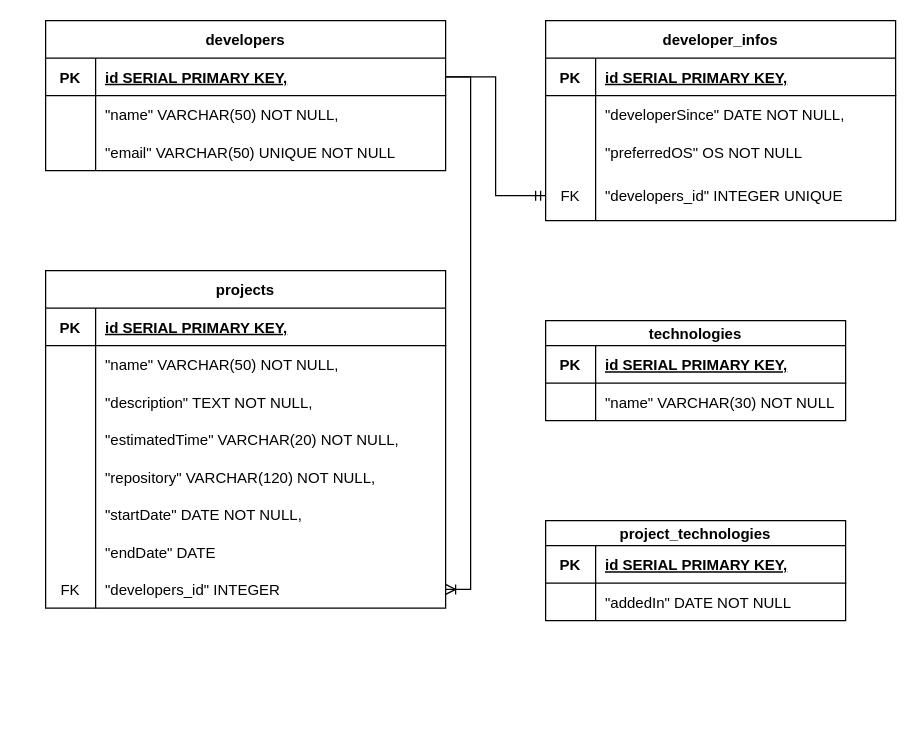
Kenzie-Academy-Brasil-Developers/m4-sp3-projetos_e_desenvolvedores-hugommbrito keeps this draw.io diagram as DER.drawio. Above is the earlier version. Source tidied: cells renumbered, new cells numbered last; positions are measured from the earlier drawing's top-left corner, leaving out a move shared by most shapes. Both pictures are drawn from the tidied source at 125%, with x=0, y=0 at pixel (45, 20).
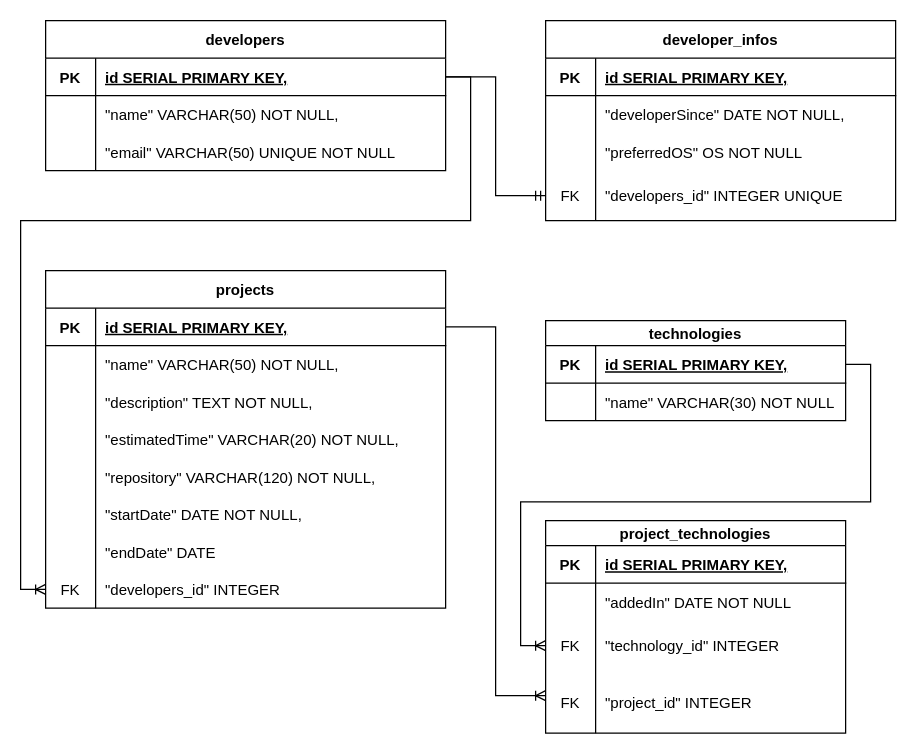
Above is the later version.

The change refers to these unchanged cells:
```xml
<mxCell id="16" style="shape=tableRow;horizontal=0;startSize=0;swimlaneHead=0;swimlaneBody=0;fillColor=none;points=[[0,0.5],[1,0.5]];portConstraint=eastwest;top=0;left=0;right=0;bottom=1;" parent="15" vertex="1">
  <mxGeometry y="30" width="320" height="30" as="geometry" />
</mxCell>
<mxCell id="26" style="shape=tableRow;horizontal=0;startSize=0;swimlaneHead=0;swimlaneBody=0;fillColor=none;points=[[0,0.5],[1,0.5]];portConstraint=eastwest;top=0;left=0;right=0;bottom=1;" parent="25" vertex="1">
  <mxGeometry y="30" width="320" height="30" as="geometry" />
</mxCell>
<mxCell id="47" style="shape=tableRow;horizontal=0;startSize=0;swimlaneHead=0;swimlaneBody=0;fillColor=none;points=[[0,0.5],[1,0.5]];portConstraint=eastwest;top=0;left=0;right=0;bottom=0;" parent="25" vertex="1">
  <mxGeometry y="240" width="320" height="30" as="geometry" />
</mxCell>
<mxCell id="58" style="shape=tableRow;horizontal=0;startSize=0;swimlaneHead=0;swimlaneBody=0;fillColor=none;points=[[0,0.5],[1,0.5]];portConstraint=eastwest;top=0;left=0;right=0;bottom=1;" parent="57" vertex="1">
  <mxGeometry y="20" width="240" height="30" as="geometry" />
</mxCell>
```

Diff of the diagram source:
```diff
@@
     <mxCell id="50" value="project_technologies" style="shape=table;startSize=20;childLayout=tableLayout;rowLines=0;fontStyle=1;align=center;" parent="1" vertex="1">
-      <mxGeometry x="400" y="400" width="240" height="80" as="geometry" />
+      <mxGeometry x="400" y="400" width="240" height="170" as="geometry" />
     </mxCell>
@@
+    <mxCell id="66" style="shape=tableRow;horizontal=0;startSize=0;swimlaneHead=0;swimlaneBody=0;fillColor=none;points=[[0,0.5],[1,0.5]];portConstraint=eastwest;top=0;left=0;right=0;bottom=0;" parent="50" vertex="1">
+      <mxGeometry y="80" width="240" height="40" as="geometry" />
+    </mxCell>
+    <mxCell id="67" value="FK" style="shape=partialRectangle;fillColor=none;top=0;left=0;bottom=0;right=0;overflow=hidden;" parent="66" vertex="1">
+      <mxGeometry width="40" height="40" as="geometry" />
+    </mxCell>
+    <mxCell id="68" value="&quot;technology_id&quot; INTEGER" style="shape=partialRectangle;fillColor=none;top=0;left=0;bottom=0;right=0;align=left;spacingLeft=6;overflow=hidden;" parent="66" vertex="1">
+      <mxGeometry x="40" width="200" height="40" as="geometry" />
+    </mxCell>
+    <mxCell id="69" style="shape=tableRow;horizontal=0;startSize=0;swimlaneHead=0;swimlaneBody=0;fillColor=none;points=[[0,0.5],[1,0.5]];portConstraint=eastwest;top=0;left=0;right=0;bottom=0;" parent="50" vertex="1">
+      <mxGeometry y="120" width="240" height="50" as="geometry" />
+    </mxCell>
+    <mxCell id="70" value="FK" style="shape=partialRectangle;fillColor=none;top=0;left=0;bottom=0;right=0;overflow=hidden;" parent="69" vertex="1">
+      <mxGeometry width="40" height="50" as="geometry" />
+    </mxCell>
+    <mxCell id="71" value="&quot;project_id&quot; INTEGER" style="shape=partialRectangle;fillColor=none;top=0;left=0;bottom=0;right=0;align=left;spacingLeft=6;overflow=hidden;" parent="69" vertex="1">
+      <mxGeometry x="40" width="200" height="50" as="geometry" />
+    </mxCell>
@@
-    <mxCell id="65" style="edgeStyle=orthogonalEdgeStyle;rounded=0;jettySize=auto;html=1;exitX=1;exitY=0.5;exitDx=0;exitDy=0;entryX=1;entryY=0.5;entryDx=0;entryDy=0;endArrow=ERoneToMany;endFill=0;" parent="1" edge="1" source="16" target="47">
-      <mxGeometry relative="1" as="geometry" />
+    <mxCell id="65" style="edgeStyle=orthogonalEdgeStyle;rounded=0;jettySize=auto;html=1;endArrow=ERoneToMany;endFill=0;" parent="1" edge="1" source="16" target="47">
+      <mxGeometry relative="1" as="geometry">
+        <Array as="points">
+          <mxPoint x="340" y="45" />
+          <mxPoint x="340" y="160" />
+          <mxPoint x="-20" y="160" />
+          <mxPoint x="-20" y="455" />
+        </Array>
+      </mxGeometry>
     </mxCell>
+    <mxCell id="72" style="edgeStyle=orthogonalEdgeStyle;rounded=0;jettySize=auto;html=1;exitX=1;exitY=0.5;exitDx=0;exitDy=0;endArrow=ERoneToMany;endFill=0;" parent="1" edge="1" source="26" target="69">
+      <mxGeometry relative="1" as="geometry">
+        <Array as="points">
+          <mxPoint x="360" y="245" />
+          <mxPoint x="360" y="540" />
+        </Array>
+      </mxGeometry>
+    </mxCell>
+    <mxCell id="73" style="edgeStyle=orthogonalEdgeStyle;rounded=0;jettySize=auto;html=1;exitX=1;exitY=0.5;exitDx=0;exitDy=0;entryX=0;entryY=0.5;entryDx=0;entryDy=0;endArrow=ERoneToMany;endFill=0;" parent="1" edge="1" source="58" target="66">
+      <mxGeometry relative="1" as="geometry" />
+    </mxCell>
```
